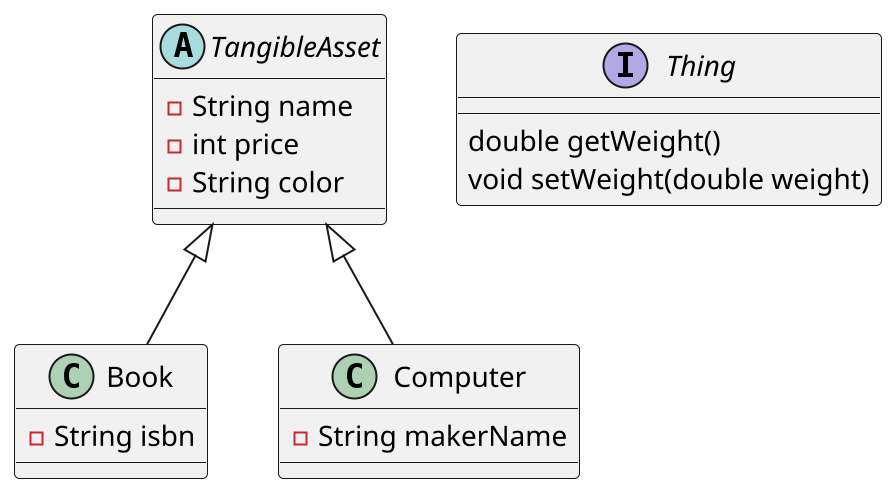
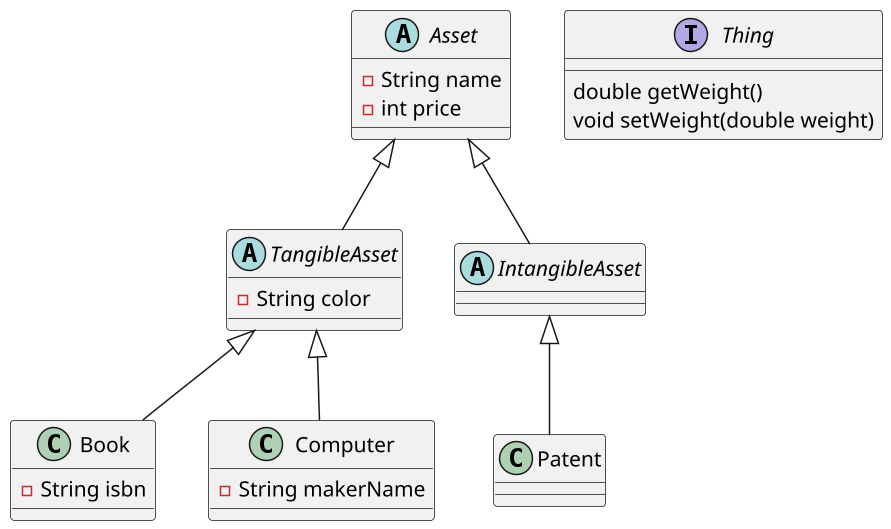
@startuml
'https://plantuml.com/class-diagram

- scale 2
+ scale 1.5

class Book extends TangibleAsset {
    -String isbn
}

class Computer extends TangibleAsset  {
   -String makerName
}

- abstract class TangibleAsset {
-     -String name
-     -int price
+ abstract class TangibleAsset extends Asset {
    -String color
}
+ 
+ abstract class IntangibleAsset extends Asset
+ 
+ class Patent extends IntangibleAsset

interface Thing {
    double getWeight()
    void setWeight(double weight)
}

+ abstract class Asset {
+     -String name
+     -int price
+ }
+ 
@enduml